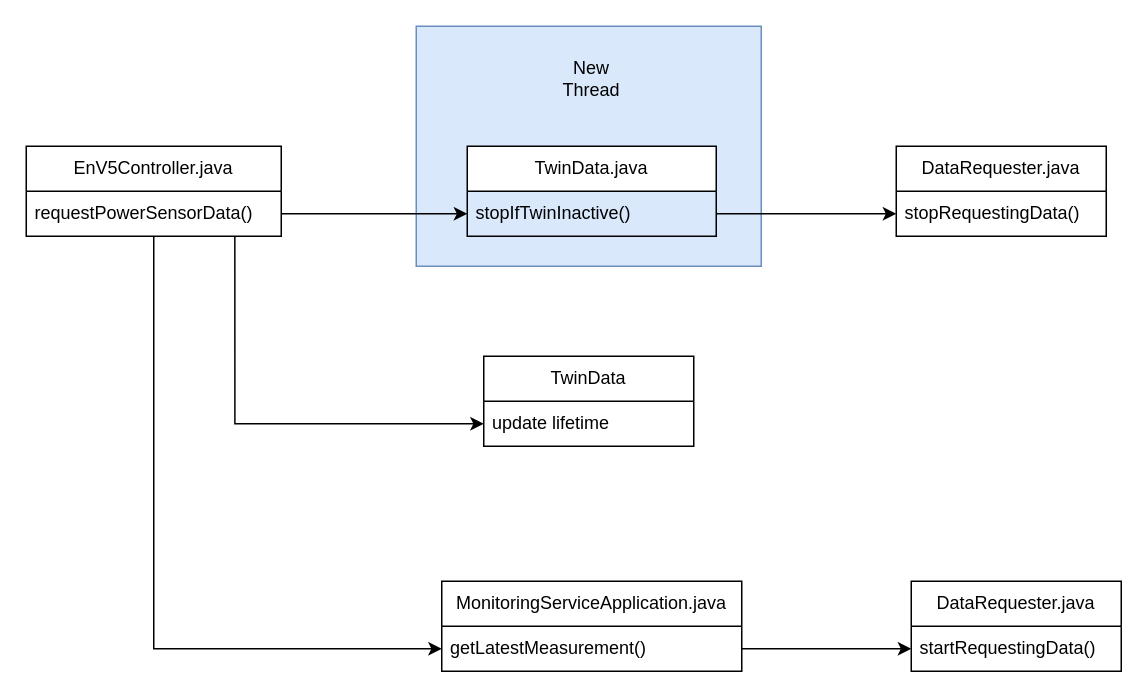
Above: Monitor.drawio in HerrCooker/misc (draw.io), before the change. Source tidied: cells renumbered, new cells numbered last; positions are measured from the earlier drawing's top-left corner, leaving out a move shared by most shapes. Both pictures are drawn from the tidied source at 150%, with x=0, y=0 at pixel (26, 26).
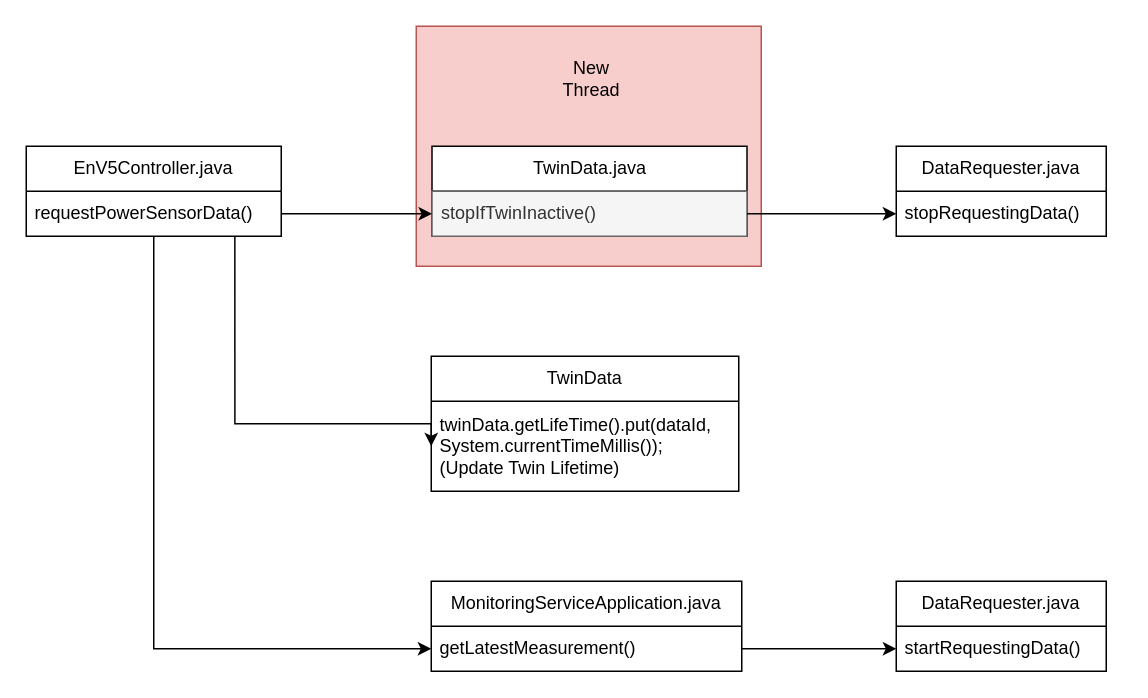
The same page after the edit.

Change to the diagram source:
```diff
@@
-    <mxCell id="2" style="rounded=0;whiteSpace=wrap;html=1;fillColor=#dae8fc;strokeColor=#6c8ebf;" parent="1" vertex="1">
+    <mxCell id="2" style="rounded=0;whiteSpace=wrap;html=1;fillColor=#f8cecc;strokeColor=#b85450;" parent="1" vertex="1">
       <mxGeometry x="260" width="230" height="160" as="geometry" />
     </mxCell>
@@
     <mxCell id="5" value="TwinData.java" style="swimlane;fontStyle=0;horizontal=1;startSize=30;whiteSpace=wrap;html=1;" parent="1" vertex="1">
-      <mxGeometry x="294" y="80" width="166" height="60" as="geometry" />
+      <mxGeometry x="270.5" y="80" width="210" height="60" as="geometry" />
     </mxCell>
-    <mxCell id="6" value="stopIfTwinInactive()" style="text;strokeColor=none;fillColor=none;align=left;verticalAlign=middle;spacingLeft=4;spacingRight=4;overflow=hidden;points=[[0,0.5],[1,0.5]];portConstraint=eastwest;whiteSpace=wrap;html=1;" parent="5" vertex="1">
-      <mxGeometry y="30" width="166" height="30" as="geometry" />
+    <mxCell id="6" value="stopIfTwinInactive()" style="text;align=left;verticalAlign=middle;spacingLeft=4;spacingRight=4;overflow=hidden;points=[[0,0.5],[1,0.5]];portConstraint=eastwest;whiteSpace=wrap;html=1;fillColor=#f5f5f5;fontColor=#333333;strokeColor=#666666;" parent="5" vertex="1">
+      <mxGeometry y="30" width="210" height="30" as="geometry" />
     </mxCell>
@@
     <mxCell id="9" value="MonitoringServiceApplication.java" style="swimlane;fontStyle=0;horizontal=1;startSize=30;whiteSpace=wrap;html=1;" parent="1" vertex="1">
-      <mxGeometry x="277" y="370" width="200" height="60" as="geometry" />
+      <mxGeometry x="270" y="370" width="207" height="60" as="geometry" />
     </mxCell>
     <mxCell id="10" value="getLatestMeasurement()" style="text;strokeColor=none;fillColor=none;align=left;verticalAlign=middle;spacingLeft=4;spacingRight=4;overflow=hidden;points=[[0,0.5],[1,0.5]];portConstraint=eastwest;whiteSpace=wrap;html=1;" parent="9" vertex="1">
-      <mxGeometry y="30" width="200" height="30" as="geometry" />
+      <mxGeometry y="30" width="207" height="30" as="geometry" />
     </mxCell>
@@
     <mxCell id="13" value="TwinData" style="swimlane;fontStyle=0;horizontal=1;startSize=30;whiteSpace=wrap;html=1;" parent="1" vertex="1">
-      <mxGeometry x="305" y="220" width="140" height="60" as="geometry" />
+      <mxGeometry x="270" y="220" width="205" height="90" as="geometry" />
     </mxCell>
-    <mxCell id="14" value="update lifetime" style="text;strokeColor=none;fillColor=none;align=left;verticalAlign=middle;spacingLeft=4;spacingRight=4;overflow=hidden;points=[[0,0.5],[1,0.5]];portConstraint=eastwest;whiteSpace=wrap;html=1;" parent="13" vertex="1">
-      <mxGeometry y="30" width="140" height="30" as="geometry" />
+    <mxCell id="14" value="&lt;div&gt;twinData.getLifeTime().put(dataId, System.currentTimeMillis());&lt;/div&gt;&lt;div&gt;(Update Twin Lifetime)&lt;br&gt;&lt;/div&gt;" style="text;strokeColor=none;fillColor=none;align=left;verticalAlign=middle;spacingLeft=4;spacingRight=4;overflow=hidden;points=[[0,0.5],[1,0.5]];portConstraint=eastwest;whiteSpace=wrap;html=1;" parent="13" vertex="1">
+      <mxGeometry y="30" width="205" height="60" as="geometry" />
     </mxCell>
@@
     <mxCell id="16" value="DataRequester.java" style="swimlane;fontStyle=0;horizontal=1;startSize=30;whiteSpace=wrap;html=1;" parent="1" vertex="1">
-      <mxGeometry x="590" y="370" width="140" height="60" as="geometry" />
+      <mxGeometry x="580" y="370" width="140" height="60" as="geometry" />
     </mxCell>
```
